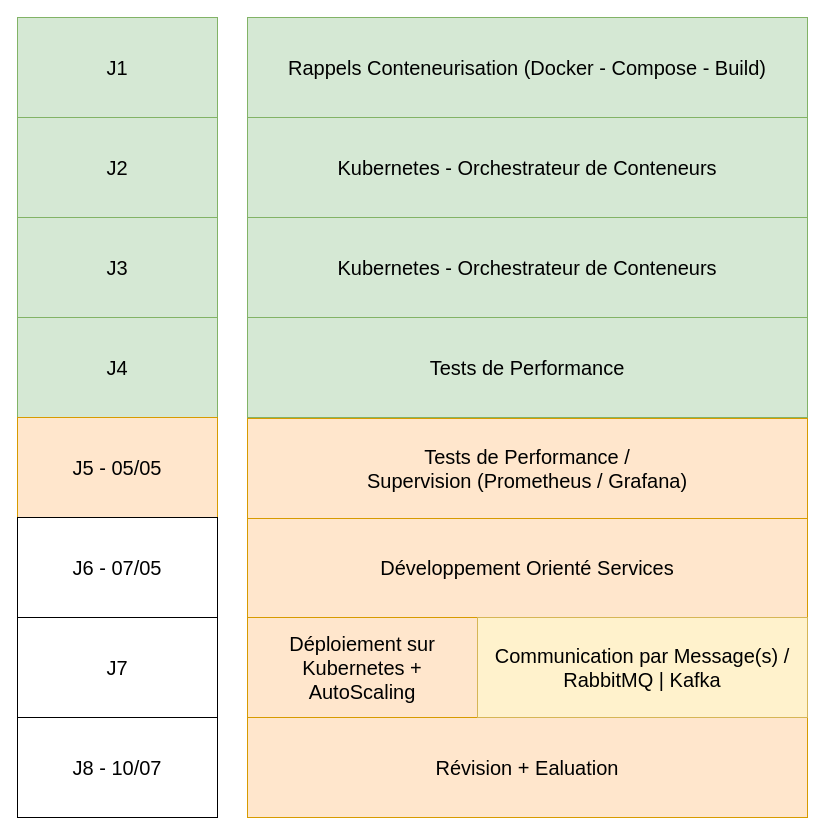
This is page "planning" (1 of 12) of planning.drawio from argonaultes-education/hexagone-3b-3INSI-2026, a draw.io file, before an edit. Source tidied: cells renumbered, new cells numbered last; positions are measured from the earlier drawing's top-left corner, leaving out a move shared by most shapes. Both pictures are drawn from the tidied source at 100%, with x=0, y=0 at pixel (17, 17).
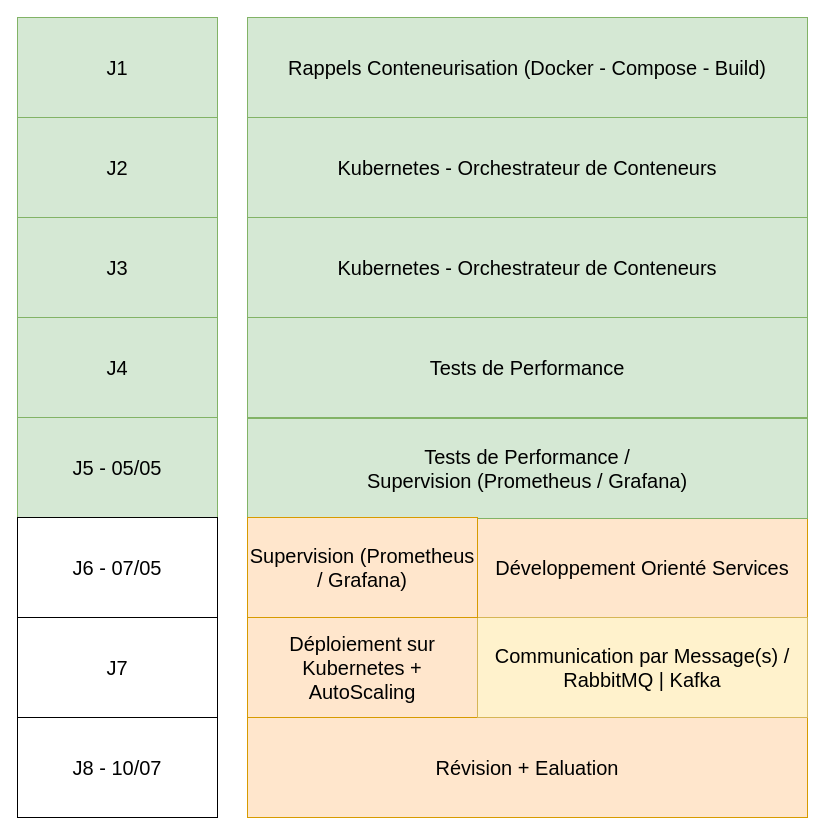
The same page after the edit.

What changed in the source:
```diff
@@
 <mxGraphModel>
   <root>
     <mxCell id="0" />
     <mxCell id="1" parent="0" />
     <mxCell id="2" value="J1" style="rounded=0;whiteSpace=wrap;html=1;fontSize=20;fillColor=#d5e8d4;strokeColor=#82b366;" parent="1" vertex="1">
       <mxGeometry width="200" height="100" as="geometry" />
     </mxCell>
     <mxCell id="3" value="J2" style="rounded=0;whiteSpace=wrap;html=1;fontSize=20;fillColor=#d5e8d4;strokeColor=#82b366;" parent="1" vertex="1">
       <mxGeometry y="100" width="200" height="100" as="geometry" />
     </mxCell>
     <mxCell id="4" value="J3" style="rounded=0;whiteSpace=wrap;html=1;fontSize=20;fillColor=#d5e8d4;strokeColor=#82b366;" parent="1" vertex="1">
       <mxGeometry y="200" width="200" height="100" as="geometry" />
     </mxCell>
     <mxCell id="5" value="J4" style="rounded=0;whiteSpace=wrap;html=1;fontSize=20;fillColor=#d5e8d4;strokeColor=#82b366;" parent="1" vertex="1">
       <mxGeometry y="300" width="200" height="100" as="geometry" />
     </mxCell>
-    <mxCell id="6" value="J5 - 05/05" style="rounded=0;whiteSpace=wrap;html=1;fontSize=20;fillColor=#ffe6cc;strokeColor=#d79b00;" parent="1" vertex="1">
+    <mxCell id="6" value="J5 - 05/05" style="rounded=0;whiteSpace=wrap;html=1;fontSize=20;fillColor=#d5e8d4;strokeColor=#82b366;" parent="1" vertex="1">
       <mxGeometry y="400" width="200" height="100" as="geometry" />
     </mxCell>
     <mxCell id="7" value="J6 - 07/05" style="rounded=0;whiteSpace=wrap;html=1;fontSize=20;" parent="1" vertex="1">
       <mxGeometry y="500" width="200" height="100" as="geometry" />
     </mxCell>
     <mxCell id="8" value="J7" style="rounded=0;whiteSpace=wrap;html=1;fontSize=20;" parent="1" vertex="1">
       <mxGeometry y="600" width="200" height="100" as="geometry" />
     </mxCell>
     <mxCell id="9" value="J8 - 10/07" style="rounded=0;whiteSpace=wrap;html=1;fontSize=20;" parent="1" vertex="1">
       <mxGeometry y="700" width="200" height="100" as="geometry" />
     </mxCell>
     <mxCell id="10" value="Rappels Conteneurisation (Docker - Compose - Build)" style="rounded=0;whiteSpace=wrap;html=1;fontSize=20;fillColor=#d5e8d4;strokeColor=#82b366;" parent="1" vertex="1">
       <mxGeometry x="230" width="560" height="100" as="geometry" />
     </mxCell>
     <mxCell id="11" value="Kubernetes - Orchestrateur de Conteneurs" style="rounded=0;whiteSpace=wrap;html=1;fontSize=20;fillColor=#d5e8d4;strokeColor=#82b366;" parent="1" vertex="1">
       <mxGeometry x="230" y="100" width="560" height="100" as="geometry" />
     </mxCell>
     <mxCell id="12" value="Kubernetes - Orchestrateur de Conteneurs" style="rounded=0;whiteSpace=wrap;html=1;fontSize=20;fillColor=#d5e8d4;strokeColor=#82b366;" parent="1" vertex="1">
       <mxGeometry x="230" y="200" width="560" height="100" as="geometry" />
     </mxCell>
     <mxCell id="13" value="Tests de Performance" style="rounded=0;whiteSpace=wrap;html=1;fontSize=20;fillColor=#d5e8d4;strokeColor=#82b366;" parent="1" vertex="1">
       <mxGeometry x="230" y="300" width="560" height="100" as="geometry" />
     </mxCell>
     <mxCell id="14" value="Développement Orienté Services" style="rounded=0;whiteSpace=wrap;html=1;fontSize=20;fillColor=#ffe6cc;strokeColor=#d79b00;" parent="1" vertex="1">
-      <mxGeometry x="230" y="500" width="560" height="100" as="geometry" />
+      <mxGeometry x="460" y="500" width="330" height="100" as="geometry" />
     </mxCell>
     <mxCell id="15" value="Déploiement sur Kubernetes + AutoScaling" style="rounded=0;whiteSpace=wrap;html=1;fontSize=20;fillColor=#ffe6cc;strokeColor=#d79b00;" parent="1" vertex="1">
       <mxGeometry x="230" y="600" width="230" height="100" as="geometry" />
     </mxCell>
     <mxCell id="16" value="Révision + Ealuation" style="rounded=0;whiteSpace=wrap;html=1;fontSize=20;fillColor=#ffe6cc;strokeColor=#d79b00;" parent="1" vertex="1">
       <mxGeometry x="230" y="700" width="560" height="100" as="geometry" />
     </mxCell>
     <mxCell id="17" value="Communication par Message(s) / RabbitMQ | Kafka" style="rounded=0;whiteSpace=wrap;html=1;fontSize=20;fillColor=#fff2cc;strokeColor=#d6b656;" parent="1" vertex="1">
       <mxGeometry x="460" y="600" width="330" height="100" as="geometry" />
     </mxCell>
-    <mxCell id="18" value="Tests de Performance /&lt;div&gt;Supervision (Prometheus / Grafana)&lt;/div&gt;" style="rounded=0;whiteSpace=wrap;html=1;fontSize=20;fillColor=#ffe6cc;strokeColor=#d79b00;" parent="1" vertex="1">
+    <mxCell id="18" value="Tests de Performance /&lt;div&gt;Supervision (Prometheus / Grafana)&lt;/div&gt;" style="rounded=0;whiteSpace=wrap;html=1;fontSize=20;fillColor=#d5e8d4;strokeColor=#82b366;" parent="1" vertex="1">
       <mxGeometry x="230" y="401" width="560" height="100" as="geometry" />
     </mxCell>
+    <mxCell id="19" value="Supervision (Prometheus / Grafana)" style="rounded=0;whiteSpace=wrap;html=1;fontSize=20;fillColor=#ffe6cc;strokeColor=#d79b00;" parent="1" vertex="1">
+      <mxGeometry x="230" y="500" width="230" height="100" as="geometry" />
+    </mxCell>
   </root>
 </mxGraphModel>
```
